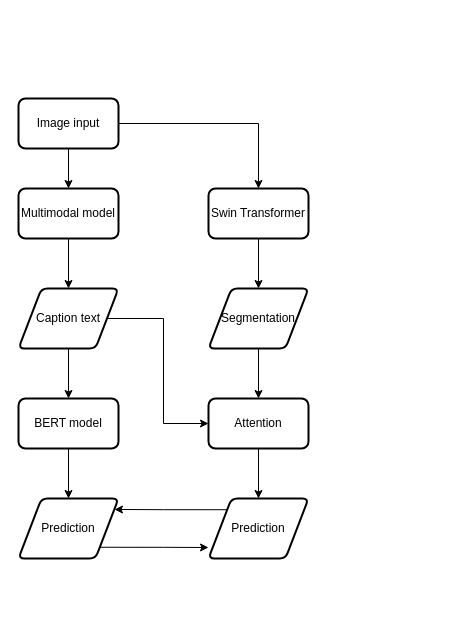
Earlier version of the draw.io diagram Architecture.drawio (MingNarongthat/Anomaly_Transformers). Source tidied: cells renumbered, new cells numbered last; positions are measured from the earlier drawing's top-left corner, leaving out a move shared by most shapes. Both pictures are drawn from the tidied source at 100%, with x=0, y=0 at pixel (18, 98).
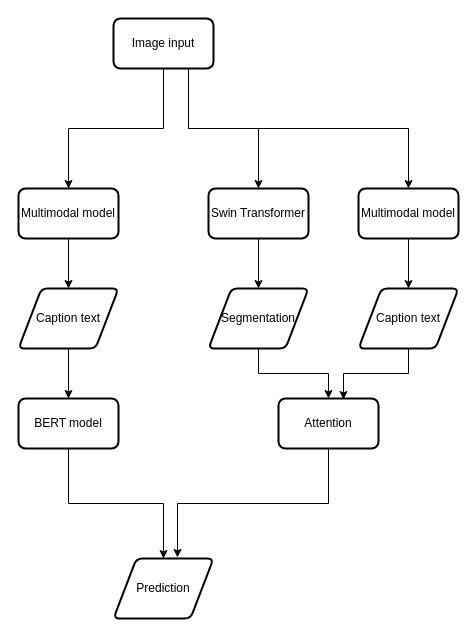
The same diagram, later.

Unchanged cells that the change refers to:
```xml
<mxCell id="9" value="Caption text" style="shape=parallelogram;html=1;strokeWidth=2;perimeter=parallelogramPerimeter;whiteSpace=wrap;rounded=1;arcSize=12;size=0.23;" parent="1" vertex="1">
  <mxGeometry y="190" width="100" height="60" as="geometry" />
</mxCell>
<mxCell id="15" value="Swin Transformer" style="rounded=1;whiteSpace=wrap;html=1;absoluteArcSize=1;arcSize=14;strokeWidth=2;" parent="1" vertex="1">
  <mxGeometry x="190" y="90" width="100" height="50" as="geometry" />
</mxCell>
```

Change to the diagram source:
```diff
@@
-    <mxCell id="3" style="edgeStyle=orthogonalEdgeStyle;rounded=0;jettySize=auto;html=1;exitX=1;exitY=0.5;exitDx=0;exitDy=0;entryX=0.5;entryY=0;entryDx=0;entryDy=0;" parent="1" edge="1" source="4" target="15">
+    <mxCell id="3" style="edgeStyle=orthogonalEdgeStyle;rounded=0;jettySize=auto;html=1;exitX=0.75;exitY=1;exitDx=0;exitDy=0;entryX=0.5;entryY=0;entryDx=0;entryDy=0;" parent="1" edge="1" source="4" target="15">
       <mxGeometry relative="1" as="geometry" />
     </mxCell>
+    <mxCell id="22" style="edgeStyle=orthogonalEdgeStyle;rounded=0;jettySize=auto;html=1;exitX=0.75;exitY=1;exitDx=0;exitDy=0;entryX=0.5;entryY=0;entryDx=0;entryDy=0;" parent="1" edge="1" source="4" target="26">
+      <mxGeometry relative="1" as="geometry" />
+    </mxCell>
     <mxCell id="4" value="Image input" style="rounded=1;whiteSpace=wrap;html=1;absoluteArcSize=1;arcSize=14;strokeWidth=2;" parent="1" vertex="1">
-      <mxGeometry width="100" height="50" as="geometry" />
+      <mxGeometry x="95" y="-80" width="100" height="50" as="geometry" />
     </mxCell>
@@
-    <mxCell id="8" style="edgeStyle=orthogonalEdgeStyle;rounded=0;jettySize=auto;html=1;exitX=1;exitY=0.5;exitDx=0;exitDy=0;entryX=0;entryY=0.5;entryDx=0;entryDy=0;" parent="1" edge="1" source="9" target="19">
-      <mxGeometry relative="1" as="geometry" />
-    </mxCell>
@@
-    <mxCell id="12" style="edgeStyle=orthogonalEdgeStyle;rounded=0;jettySize=auto;html=1;exitX=0;exitY=0;exitDx=0;exitDy=0;entryX=0.96;entryY=0.183;entryDx=0;entryDy=0;entryPerimeter=0;" parent="1" edge="1" source="13" target="21">
-      <mxGeometry relative="1" as="geometry" />
-    </mxCell>
-    <mxCell id="13" value="Prediction" style="shape=parallelogram;html=1;strokeWidth=2;perimeter=parallelogramPerimeter;whiteSpace=wrap;rounded=1;arcSize=12;size=0.23;" parent="1" vertex="1">
-      <mxGeometry x="190" y="400" width="100" height="60" as="geometry" />
-    </mxCell>
@@
-    <mxCell id="18" style="edgeStyle=orthogonalEdgeStyle;rounded=0;jettySize=auto;html=1;exitX=0.5;exitY=1;exitDx=0;exitDy=0;entryX=0.5;entryY=0;entryDx=0;entryDy=0;" parent="1" edge="1" source="19" target="13">
-      <mxGeometry relative="1" as="geometry" />
-    </mxCell>
+    <mxCell id="23" style="edgeStyle=orthogonalEdgeStyle;rounded=0;jettySize=auto;html=1;exitX=0.5;exitY=1;exitDx=0;exitDy=0;entryX=0.64;entryY=-0.017;entryDx=0;entryDy=0;entryPerimeter=0;" parent="1" edge="1" source="19" target="21">
+      <mxGeometry relative="1" as="geometry" />
+    </mxCell>
     <mxCell id="19" value="Attention" style="rounded=1;whiteSpace=wrap;html=1;absoluteArcSize=1;arcSize=14;strokeWidth=2;" parent="1" vertex="1">
-      <mxGeometry x="190" y="300" width="100" height="50" as="geometry" />
+      <mxGeometry x="260" y="300" width="100" height="50" as="geometry" />
     </mxCell>
-    <mxCell id="20" style="edgeStyle=orthogonalEdgeStyle;rounded=0;jettySize=auto;html=1;exitX=1;exitY=1;exitDx=0;exitDy=0;entryX=0;entryY=0.817;entryDx=0;entryDy=0;entryPerimeter=0;" parent="1" edge="1" source="21" target="13">
-      <mxGeometry relative="1" as="geometry" />
-    </mxCell>
     <mxCell id="21" value="Prediction" style="shape=parallelogram;html=1;strokeWidth=2;perimeter=parallelogramPerimeter;whiteSpace=wrap;rounded=1;arcSize=12;size=0.23;" parent="1" vertex="1">
-      <mxGeometry y="400" width="100" height="60" as="geometry" />
+      <mxGeometry x="95" y="460" width="100" height="60" as="geometry" />
     </mxCell>
+    <mxCell id="24" value="&lt;b id=&quot;docs-internal-guid-8f7cdb9f-7fff-84a6-7e73-dfd84835070b&quot; style=&quot;font-weight:normal;&quot;&gt;&lt;span&gt;&amp;nbsp;&lt;/span&gt;&lt;/b&gt;" style="text;whiteSpace=wrap;html=1;" parent="1" vertex="1">
+      <mxGeometry x="360" y="150" width="40" height="40" as="geometry" />
+    </mxCell>
+    <mxCell id="25" style="edgeStyle=orthogonalEdgeStyle;rounded=0;jettySize=auto;html=1;exitX=0.5;exitY=1;exitDx=0;exitDy=0;entryX=0.5;entryY=0;entryDx=0;entryDy=0;" parent="1" edge="1" source="26" target="28">
+      <mxGeometry relative="1" as="geometry" />
+    </mxCell>
+    <mxCell id="26" value="Multimodal model" style="rounded=1;whiteSpace=wrap;html=1;absoluteArcSize=1;arcSize=14;strokeWidth=2;" parent="1" vertex="1">
+      <mxGeometry x="340" y="90" width="100" height="50" as="geometry" />
+    </mxCell>
+    <mxCell id="27" style="edgeStyle=orthogonalEdgeStyle;rounded=0;jettySize=auto;html=1;exitX=0.5;exitY=1;exitDx=0;exitDy=0;entryX=0.65;entryY=0.02;entryDx=0;entryDy=0;entryPerimeter=0;" parent="1" edge="1" source="28" target="19">
+      <mxGeometry relative="1" as="geometry" />
+    </mxCell>
+    <mxCell id="28" value="Caption text" style="shape=parallelogram;html=1;strokeWidth=2;perimeter=parallelogramPerimeter;whiteSpace=wrap;rounded=1;arcSize=12;size=0.23;" parent="1" vertex="1">
+      <mxGeometry x="340" y="190" width="100" height="60" as="geometry" />
+    </mxCell>
```
